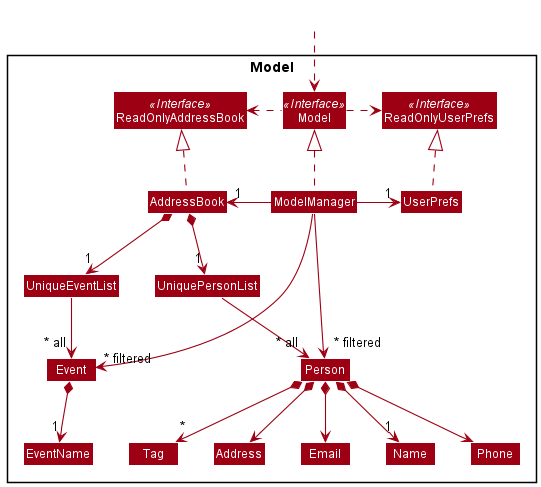
The PlantUML diagram docs/images/ModelClassDiagram.png in ryanongra/tp, before a commit. The source it was exported from:
```plantuml
@startuml
!include style.puml
skinparam arrowThickness 1.1
skinparam arrowColor MODEL_COLOR
skinparam classBackgroundColor MODEL_COLOR

Package Model <<Rectangle>>{
Interface ReadOnlyAddressBook <<Interface>>
Interface ReadOnlyUserPrefs <<Interface>>
Interface Model <<Interface>>
Class AddressBook
Class ReadOnlyAddressBook
Class Model
Class ModelManager
Class UserPrefs
Class ReadOnlyUserPrefs

Class UniqueEventList
Class UniquePersonList
Class Event
Class Person
Class Address
Class Email
Class Name
Class Phone
Class Tag
Class EventName
}

Class HiddenOutside #FFFFFF
HiddenOutside ..> Model

AddressBook .up.|> ReadOnlyAddressBook

ModelManager .up.|> Model
Model .right.> ReadOnlyUserPrefs
Model .left.> ReadOnlyAddressBook
ModelManager -left-> "1" AddressBook
ModelManager -right-> "1" UserPrefs
UserPrefs .up.|> ReadOnlyUserPrefs

AddressBook *--> "1" UniqueEventList
AddressBook *--> "1" UniquePersonList
UniqueEventList --> "~* all" Event
UniquePersonList --> "~* all" Person
Event *--> "1" EventName
Person *--> "1" Name
Person *--> Phone
Person *--> Email
Person *--> Address
Person *--> "*" Tag

Name -[hidden]right-> Phone
Phone -[hidden]right-> Address
Address -[hidden]right-> Email

ModelManager -->"~* filtered" Event
ModelManager -->"~* filtered" Person
@enduml
```
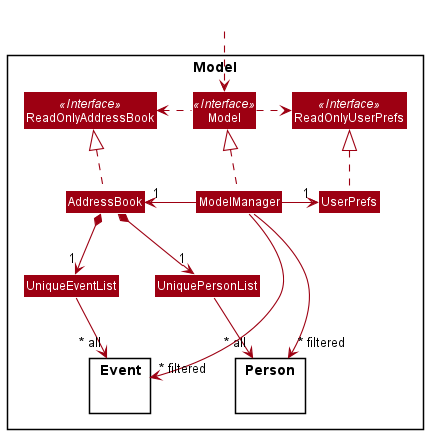
The same file after the commit.

Commit message:
Update DG with event and person abstractions

The edit, as a diff of the source:
```diff
@@ -17,14 +17,8 @@
 
 Class UniqueEventList
 Class UniquePersonList
-Class Event
-Class Person
-Class Address
-Class Email
-Class Name
-Class Phone
-Class Tag
-Class EventName
+package Event {}
+package Person {}
 }
 
 Class HiddenOutside #FFFFFF
@@ -43,16 +37,6 @@
 AddressBook *--> "1" UniquePersonList
 UniqueEventList --> "~* all" Event
 UniquePersonList --> "~* all" Person
-Event *--> "1" EventName
-Person *--> "1" Name
-Person *--> Phone
-Person *--> Email
-Person *--> Address
-Person *--> "*" Tag
-
-Name -[hidden]right-> Phone
-Phone -[hidden]right-> Address
-Address -[hidden]right-> Email
 
 ModelManager -->"~* filtered" Event
 ModelManager -->"~* filtered" Person
```
